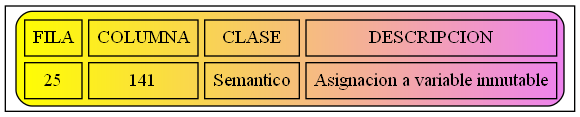
This is Errores.png from JoseMore99/OLC2_P1_201701015, a Graphviz export, as it was before one commit. Its source is kept beside it as Errores.dot.
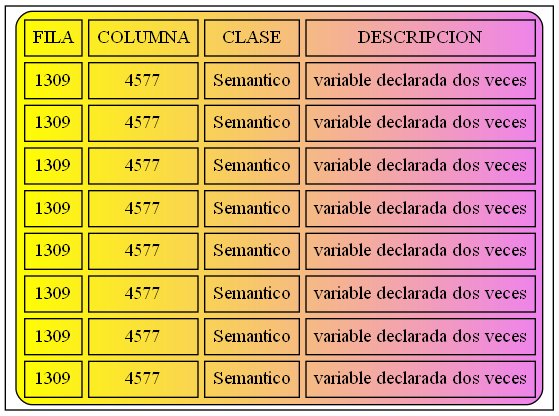
Later version of the same file.

Diff of the diagram source:
```diff
@@ -2,6 +2,13 @@
 node [shape=record];
 a0 [label=<<TABLE border="1" cellspacing="5" cellpadding="5" style="rounded" bgcolor="yellow:violet">
 "<TR><TD>FILA</TD><TD>COLUMNA</TD><TD>CLASE</TD><TD>DESCRIPCION</TD></TR>
-<TR><TD>25</TD><TD>141</TD><TD>Semantico</TD><TD>Asignacion a variable inmutable</TD></TR>
+<TR><TD>1309</TD><TD>4577</TD><TD>Semantico</TD><TD>variable declarada dos veces</TD></TR>
+<TR><TD>1309</TD><TD>4577</TD><TD>Semantico</TD><TD>variable declarada dos veces</TD></TR>
+<TR><TD>1309</TD><TD>4577</TD><TD>Semantico</TD><TD>variable declarada dos veces</TD></TR>
+<TR><TD>1309</TD><TD>4577</TD><TD>Semantico</TD><TD>variable declarada dos veces</TD></TR>
+<TR><TD>1309</TD><TD>4577</TD><TD>Semantico</TD><TD>variable declarada dos veces</TD></TR>
+<TR><TD>1309</TD><TD>4577</TD><TD>Semantico</TD><TD>variable declarada dos veces</TD></TR>
+<TR><TD>1309</TD><TD>4577</TD><TD>Semantico</TD><TD>variable declarada dos veces</TD></TR>
+<TR><TD>1309</TD><TD>4577</TD><TD>Semantico</TD><TD>variable declarada dos veces</TD></TR>
 </TABLE>>];
 }
```
